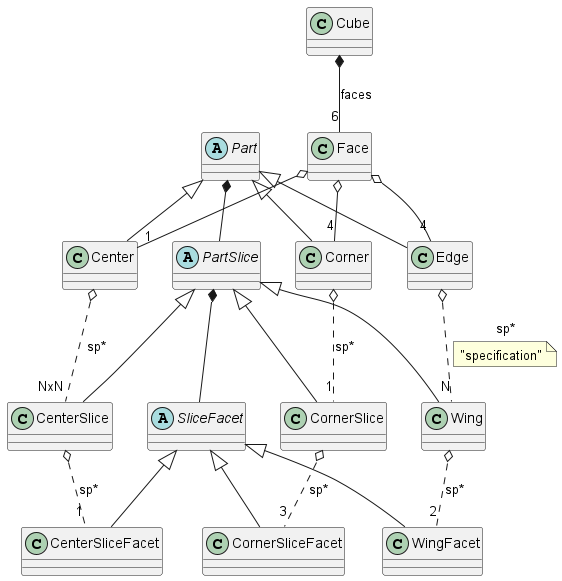
Above: assets/cube_model.png in boaznahum/cubesolve (PlantUML), before the change.
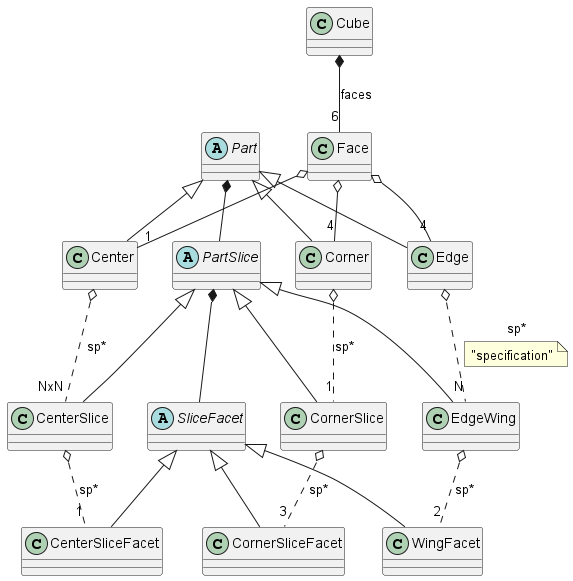
After the commit.

Diff of the diagram source:
```diff
@@ -14,7 +14,7 @@
 
 Part *-- PartSlice
 
-PartSlice <|-- Wing
+PartSlice <|-- EdgeWing
 PartSlice <|-- CornerSlice
 PartSlice <|-- CenterSlice
 
@@ -25,7 +25,7 @@
 Face  o-- "4" Edge
 Face  o-- "4" Corner
 
-Edge o.. "N" Wing: "sp*"
+Edge o.. "N" EdgeWing: "sp*"
 note on link #yellow: "specification"
 Corner o.. "1" CornerSlice: "sp*"
 Center o.. "NxN" CenterSlice: "sp*"
@@ -36,7 +36,7 @@
 SliceFacet <|-- CornerSliceFacet
 SliceFacet <|-- CenterSliceFacet
 
-Wing o.. "2" WingFacet: "sp*"
+EdgeWing o.. "2" WingFacet: "sp*"
 CornerSlice o.. "3" CornerSliceFacet: "sp*"
 CenterSlice o.. "1" CenterSliceFacet: "sp*"
 
```
